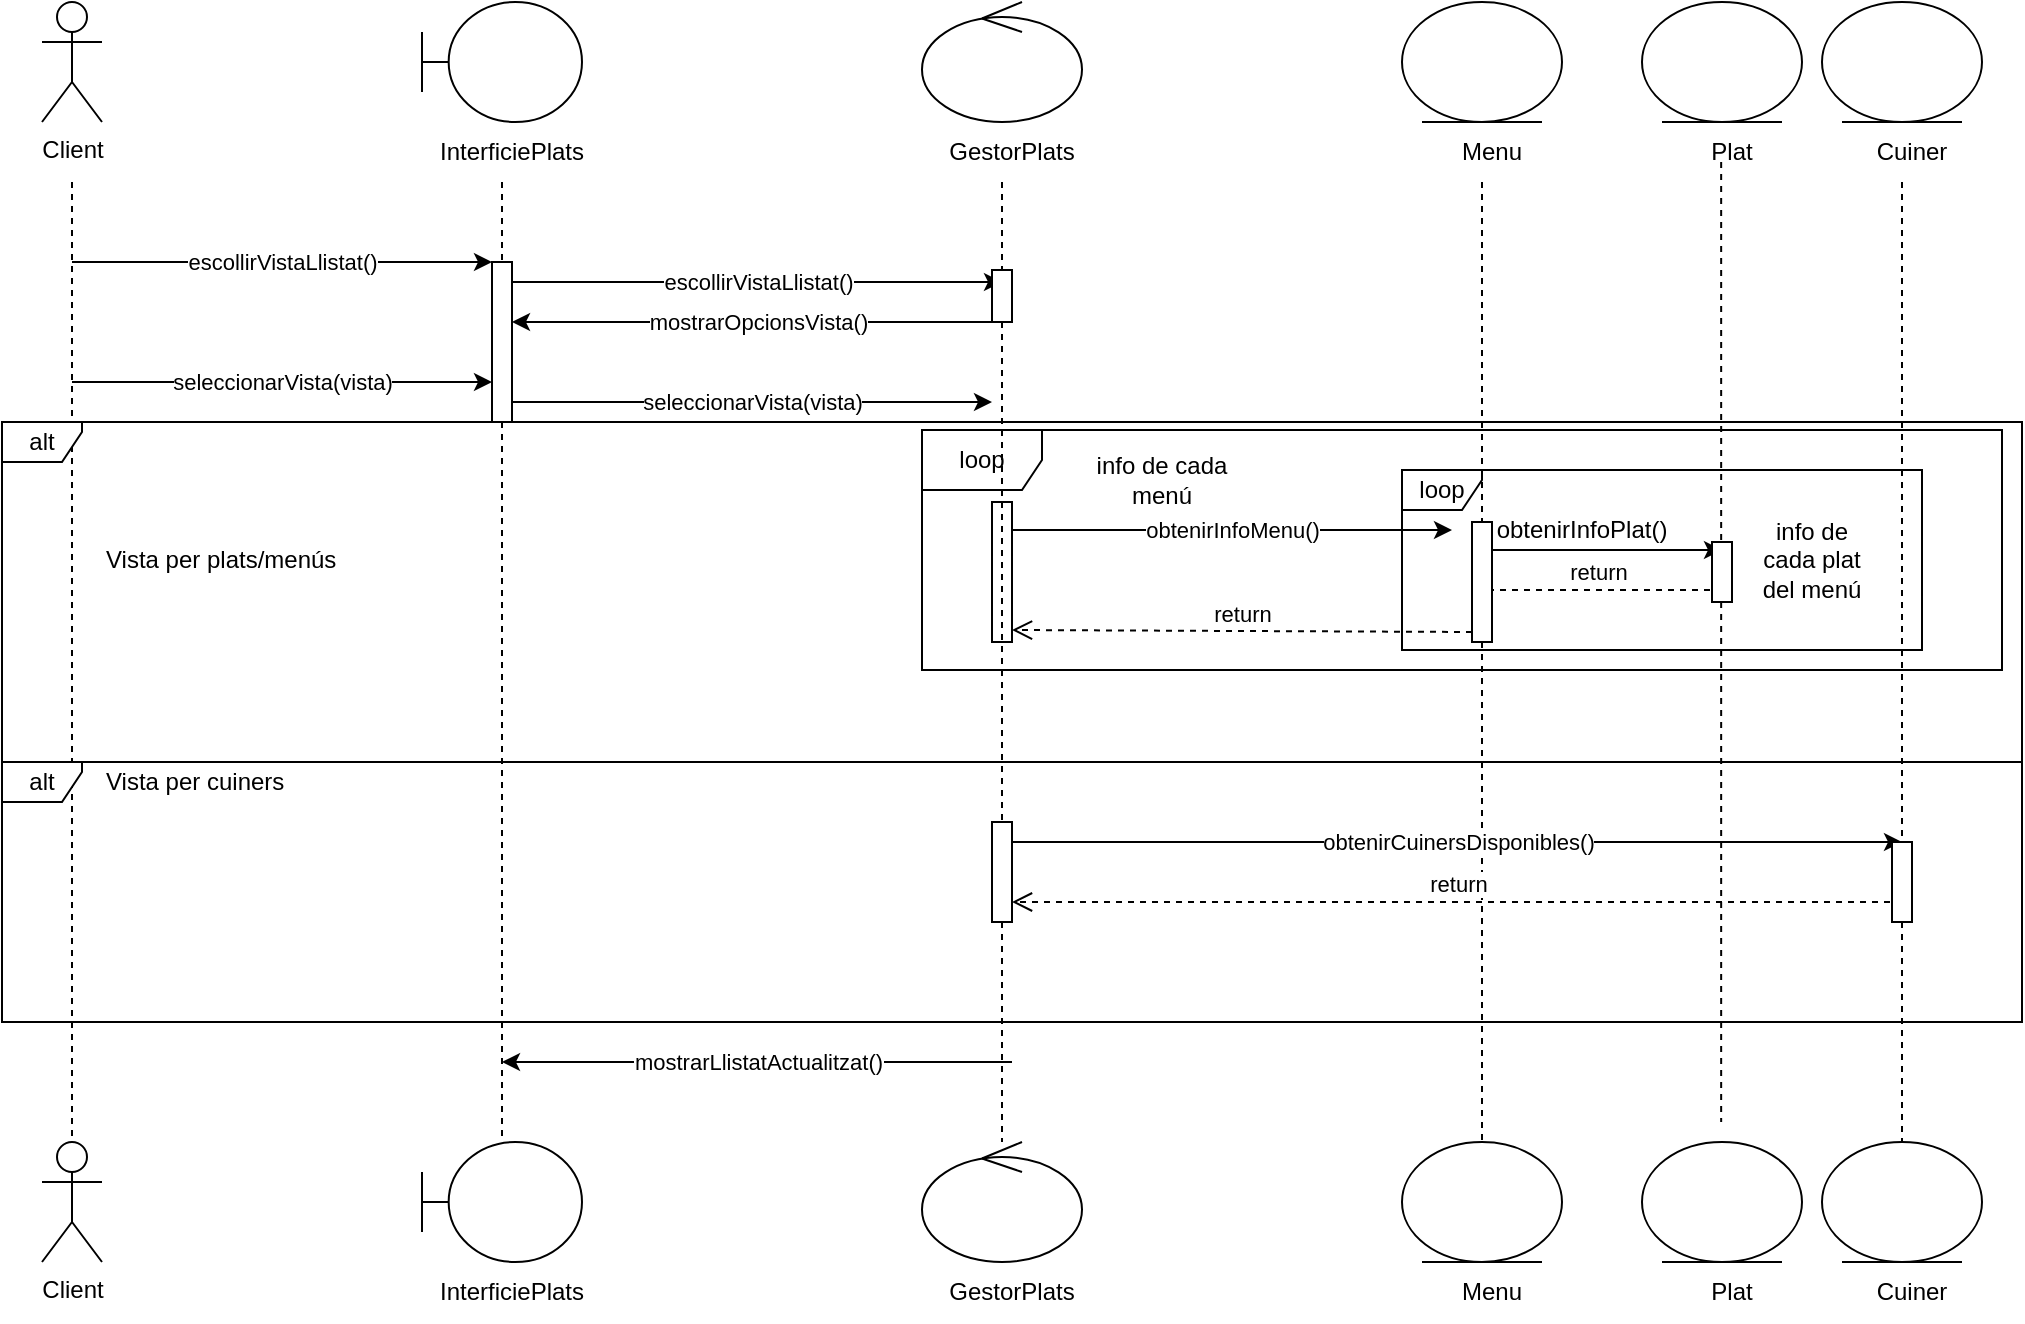
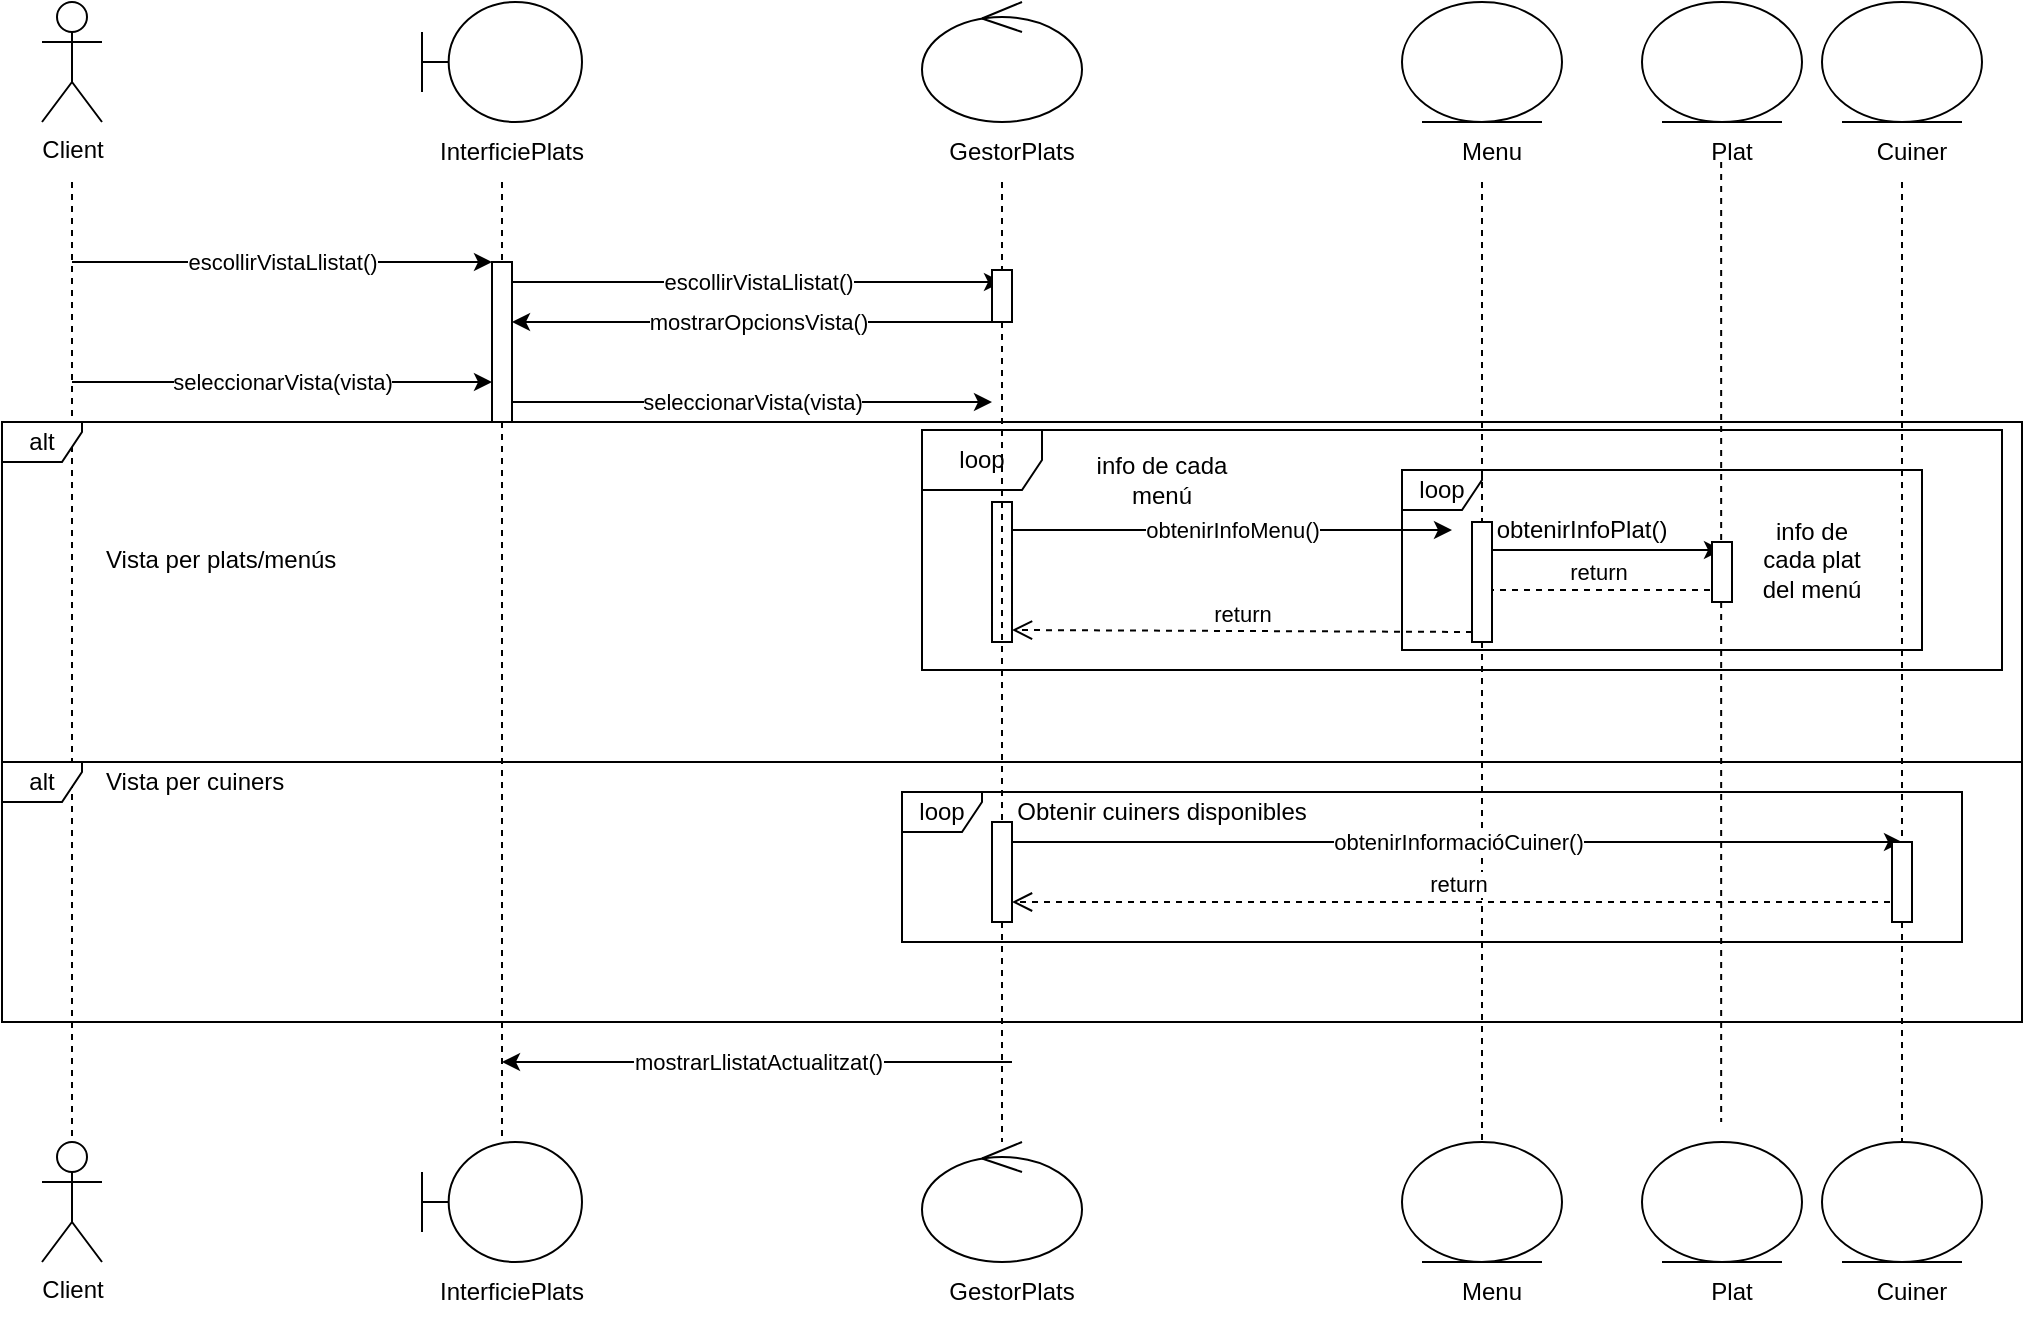
<mxfile host="Electron">
  <diagram name="Página-1" id="escollir_vista_llistat">
-     <mxGraphModel dx="1533" dy="1001" grid="1" gridSize="10" guides="1" tooltips="1" connect="1" arrows="1" fold="1" page="1" pageScale="1" pageWidth="1169" pageHeight="827" math="0" shadow="0">
+     <mxGraphModel dx="965" dy="572" grid="1" gridSize="10" guides="1" tooltips="1" connect="1" arrows="1" fold="1" page="1" pageScale="1" pageWidth="1169" pageHeight="827" math="0" shadow="0">
      <root>
        <mxCell id="0" />
        <mxCell id="1" parent="0" />
        <mxCell id="client" parent="1" style="shape=umlActor;verticalLabelPosition=bottom;verticalAlign=top;html=1;outlineConnect=0;" value="Client" vertex="1">
          <mxGeometry height="60" width="30" x="80" y="80" as="geometry" />
        </mxCell>
        <mxCell id="interficie" parent="1" style="shape=umlBoundary;whiteSpace=wrap;html=1;" value="" vertex="1">
          <mxGeometry height="60" width="80" x="270" y="80" as="geometry" />
        </mxCell>
        <mxCell id="txt_interficie" parent="1" style="text;html=1;whiteSpace=wrap;strokeColor=none;fillColor=none;align=center;verticalAlign=middle;" value="InterficiePlats" vertex="1">
          <mxGeometry height="30" width="90" x="270" y="140" as="geometry" />
        </mxCell>
        <mxCell id="gestor" parent="1" style="ellipse;shape=umlControl;whiteSpace=wrap;html=1;" value="" vertex="1">
          <mxGeometry height="60" width="80" x="520" y="80" as="geometry" />
        </mxCell>
        <mxCell id="txt_gestor" parent="1" style="text;html=1;whiteSpace=wrap;strokeColor=none;fillColor=none;align=center;verticalAlign=middle;" value="GestorPlats" vertex="1">
          <mxGeometry height="30" width="90" x="520" y="140" as="geometry" />
        </mxCell>
        <mxCell id="plat" parent="1" style="ellipse;shape=umlEntity;whiteSpace=wrap;html=1;" value="" vertex="1">
          <mxGeometry height="60" width="80" x="760" y="80" as="geometry" />
        </mxCell>
        <mxCell id="txt_plat" parent="1" style="text;html=1;whiteSpace=wrap;strokeColor=none;fillColor=none;align=center;verticalAlign=middle;" value="Menu" vertex="1">
          <mxGeometry height="30" width="90" x="760" y="140" as="geometry" />
        </mxCell>
        <mxCell id="cuiner" parent="1" style="ellipse;shape=umlEntity;whiteSpace=wrap;html=1;" value="" vertex="1">
          <mxGeometry height="60" width="80" x="970" y="80" as="geometry" />
        </mxCell>
        <mxCell id="txt_cuiner" parent="1" style="text;html=1;whiteSpace=wrap;strokeColor=none;fillColor=none;align=center;verticalAlign=middle;" value="Cuiner" vertex="1">
          <mxGeometry height="30" width="80" x="975" y="140" as="geometry" />
        </mxCell>
        <mxCell id="life_client" edge="1" parent="1" style="endArrow=none;dashed=1;html=1;rounded=0;">
          <mxGeometry relative="1" as="geometry">
            <mxPoint x="95" y="170" as="sourcePoint" />
            <mxPoint x="95" y="650" as="targetPoint" />
          </mxGeometry>
        </mxCell>
        <mxCell id="life_interficie" edge="1" parent="1" style="endArrow=none;dashed=1;html=1;rounded=0;">
          <mxGeometry relative="1" as="geometry">
            <mxPoint x="310" y="170" as="sourcePoint" />
            <mxPoint x="310" y="650" as="targetPoint" />
          </mxGeometry>
        </mxCell>
        <mxCell id="life_gestor" edge="1" parent="1" source="QobBRIDm_4kitH87wryh-16" style="endArrow=none;dashed=1;html=1;rounded=0;">
          <mxGeometry relative="1" as="geometry">
            <mxPoint x="560" y="170" as="sourcePoint" />
            <mxPoint x="560" y="650" as="targetPoint" />
          </mxGeometry>
        </mxCell>
        <mxCell id="life_plat" edge="1" parent="1" source="QobBRIDm_4kitH87wryh-31" style="endArrow=none;dashed=1;html=1;rounded=0;">
          <mxGeometry relative="1" as="geometry">
            <mxPoint x="800" y="170" as="sourcePoint" />
            <mxPoint x="800" y="650" as="targetPoint" />
          </mxGeometry>
        </mxCell>
        <mxCell id="life_cuiner" edge="1" parent="1" source="QobBRIDm_4kitH87wryh-35" style="endArrow=none;dashed=1;html=1;rounded=0;">
          <mxGeometry relative="1" as="geometry">
            <mxPoint x="1010" y="170" as="sourcePoint" />
            <mxPoint x="1010" y="650" as="targetPoint" />
          </mxGeometry>
        </mxCell>
        <mxCell id="act_interficie" parent="1" style="html=1;points=[[0,0,0,0,5],[0,1,0,0,-5],[1,0,0,0,5],[1,1,0,0,-5]];perimeter=orthogonalPerimeter;outlineConnect=0;" value="" vertex="1">
          <mxGeometry height="80" width="10" x="305" y="210" as="geometry" />
        </mxCell>
        <mxCell id="act_gestor" parent="1" style="html=1;points=[[0,0,0,0,5],[0,1,0,0,-5],[1,0,0,0,5],[1,1,0,0,-5]];perimeter=orthogonalPerimeter;outlineConnect=0;" value="" vertex="1">
          <mxGeometry height="70" width="10" x="555" y="330" as="geometry" />
        </mxCell>
        <mxCell id="m1" edge="1" parent="1" style="endArrow=classic;html=1;rounded=0;" value="escollirVistaLlistat()">
          <mxGeometry relative="1" as="geometry">
            <mxPoint x="95" y="210" as="sourcePoint" />
            <mxPoint x="305" y="210" as="targetPoint" />
          </mxGeometry>
        </mxCell>
        <mxCell id="m3" edge="1" parent="1" style="endArrow=classic;html=1;rounded=0;" value="seleccionarVista(vista)">
          <mxGeometry relative="1" as="geometry">
            <mxPoint x="95" y="270" as="sourcePoint" />
            <mxPoint x="305" y="270" as="targetPoint" />
          </mxGeometry>
        </mxCell>
        <mxCell id="m4" edge="1" parent="1" style="endArrow=classic;html=1;rounded=0;" value="seleccionarVista(vista)">
          <mxGeometry relative="1" as="geometry">
            <mxPoint x="315" y="280" as="sourcePoint" />
            <mxPoint x="555" y="280" as="targetPoint" />
          </mxGeometry>
        </mxCell>
        <mxCell id="alt_frame" parent="1" style="shape=umlFrame;whiteSpace=wrap;html=1;pointerEvents=0;width=40;height=20;fillColor=default;" value="alt" vertex="1">
          <mxGeometry height="170" width="1010" x="60" y="290" as="geometry" />
        </mxCell>
        <mxCell id="alt_txt1" parent="1" style="text;html=1;whiteSpace=wrap;strokeColor=none;fillColor=none;align=left;verticalAlign=middle;" value="Vista per plats/menús" vertex="1">
          <mxGeometry height="30" width="220" x="110" y="344" as="geometry" />
        </mxCell>
        <mxCell id="alt_txt2" parent="1" style="text;html=1;whiteSpace=wrap;strokeColor=none;fillColor=none;align=left;verticalAlign=middle;" value="Vista per cuiners" vertex="1">
          <mxGeometry height="30" width="220" x="110" y="455" as="geometry" />
        </mxCell>
-         <mxCell id="m6" edge="1" parent="1" style="endArrow=classic;html=1;rounded=0;" value="obtenirCuinersDisponibles()">
-           <mxGeometry relative="1" as="geometry">
+         <mxCell id="m6" edge="1" parent="1" style="endArrow=classic;html=1;rounded=0;" value="obtenirInformacióCuiner()">
+           <mxGeometry relative="1" x="0.0012" as="geometry">
+             <mxPoint as="offset" />
            <mxPoint x="565" y="500" as="sourcePoint" />
            <mxPoint x="1010" y="500" as="targetPoint" />
          </mxGeometry>
        </mxCell>
        <mxCell id="r2" edge="1" parent="1" style="html=1;verticalAlign=bottom;endArrow=open;dashed=1;endSize=8;curved=0;rounded=0;" value="return">
          <mxGeometry relative="1" as="geometry">
            <mxPoint x="1010" y="530" as="sourcePoint" />
            <mxPoint x="565" y="530" as="targetPoint" />
          </mxGeometry>
        </mxCell>
        <mxCell id="m7" edge="1" parent="1" style="endArrow=classic;html=1;rounded=0;" value="mostrarLlistatActualitzat()">
          <mxGeometry relative="1" as="geometry">
            <mxPoint x="565" y="610" as="sourcePoint" />
            <mxPoint x="310" y="610" as="targetPoint" />
          </mxGeometry>
        </mxCell>
        <mxCell id="QobBRIDm_4kitH87wryh-1" parent="1" style="shape=umlFrame;whiteSpace=wrap;html=1;pointerEvents=0;width=40;height=20;fillColor=default;" value="alt" vertex="1">
          <mxGeometry height="130" width="1010" x="60" y="460" as="geometry" />
        </mxCell>
        <mxCell id="QobBRIDm_4kitH87wryh-2" edge="1" parent="1" style="endArrow=classic;html=1;rounded=0;" value="escollirVistaLlistat()">
          <mxGeometry relative="1" as="geometry">
            <mxPoint x="315" y="220" as="sourcePoint" />
            <mxPoint x="560" y="220" as="targetPoint" />
          </mxGeometry>
        </mxCell>
        <mxCell id="QobBRIDm_4kitH87wryh-3" edge="1" parent="1" style="endArrow=classic;html=1;rounded=0;" value="mostrarOpcionsVista()">
          <mxGeometry relative="1" as="geometry">
            <mxPoint x="560" y="240" as="sourcePoint" />
            <mxPoint x="315" y="240" as="targetPoint" />
          </mxGeometry>
        </mxCell>
        <mxCell id="QobBRIDm_4kitH87wryh-4" edge="1" parent="1" style="endArrow=classic;html=1;rounded=0;" value="obtenirInfoMenu()">
          <mxGeometry relative="1" as="geometry">
            <mxPoint x="565" y="344" as="sourcePoint" />
            <mxPoint x="785" y="344" as="targetPoint" />
          </mxGeometry>
        </mxCell>
        <mxCell id="QobBRIDm_4kitH87wryh-5" edge="1" parent="1" source="QobBRIDm_4kitH87wryh-31" style="html=1;verticalAlign=bottom;endArrow=open;dashed=1;endSize=8;curved=0;rounded=0;exitX=0;exitY=1;exitDx=0;exitDy=-5;exitPerimeter=0;" value="return">
          <mxGeometry relative="1" as="geometry">
            <mxPoint x="785" y="394" as="sourcePoint" />
            <mxPoint x="565" y="394" as="targetPoint" />
          </mxGeometry>
        </mxCell>
        <mxCell id="QobBRIDm_4kitH87wryh-6" edge="1" parent="1" style="endArrow=classic;html=1;rounded=0;" value="">
          <mxGeometry height="50" relative="1" width="50" as="geometry">
            <mxPoint x="800" y="354" as="sourcePoint" />
            <mxPoint x="920" y="354" as="targetPoint" />
          </mxGeometry>
        </mxCell>
        <mxCell id="QobBRIDm_4kitH87wryh-7" parent="1" style="text;html=1;whiteSpace=wrap;strokeColor=none;fillColor=none;align=center;verticalAlign=middle;rounded=0;" value="obtenirInfoPlat()" vertex="1">
          <mxGeometry height="20" width="60" x="820" y="334" as="geometry" />
        </mxCell>
        <mxCell id="QobBRIDm_4kitH87wryh-8" edge="1" parent="1" style="html=1;verticalAlign=bottom;endArrow=open;dashed=1;endSize=8;curved=0;rounded=0;" value="return">
          <mxGeometry relative="1" as="geometry">
            <mxPoint x="920" y="374" as="sourcePoint" />
            <mxPoint x="795" y="374" as="targetPoint" />
          </mxGeometry>
        </mxCell>
        <mxCell id="QobBRIDm_4kitH87wryh-9" parent="1" style="shape=umlFrame;whiteSpace=wrap;html=1;pointerEvents=0;" value="loop" vertex="1">
          <mxGeometry height="120" width="540" x="520" y="294" as="geometry" />
        </mxCell>
        <mxCell id="QobBRIDm_4kitH87wryh-10" parent="1" style="shape=umlFrame;whiteSpace=wrap;html=1;pointerEvents=0;width=40;height=20;" value="loop" vertex="1">
          <mxGeometry height="90" width="260" x="760" y="314" as="geometry" />
        </mxCell>
        <mxCell id="QobBRIDm_4kitH87wryh-11" parent="1" style="text;html=1;whiteSpace=wrap;strokeColor=none;fillColor=none;align=center;verticalAlign=middle;rounded=0;" value="info de cada plat del menú" vertex="1">
          <mxGeometry height="30" width="60" x="935" y="344" as="geometry" />
        </mxCell>
        <mxCell id="QobBRIDm_4kitH87wryh-12" parent="1" style="text;html=1;whiteSpace=wrap;strokeColor=none;fillColor=none;align=center;verticalAlign=middle;rounded=0;" value="info de cada menú" vertex="1">
          <mxGeometry height="30" width="100" x="590" y="304" as="geometry" />
        </mxCell>
        <mxCell id="QobBRIDm_4kitH87wryh-13" parent="1" style="ellipse;shape=umlEntity;whiteSpace=wrap;html=1;" value="" vertex="1">
          <mxGeometry height="60" width="80" x="880" y="80" as="geometry" />
        </mxCell>
        <mxCell id="QobBRIDm_4kitH87wryh-14" parent="1" style="text;html=1;whiteSpace=wrap;strokeColor=none;fillColor=none;align=center;verticalAlign=middle;" value="Plat" vertex="1">
          <mxGeometry height="30" width="90" x="880" y="140" as="geometry" />
        </mxCell>
        <mxCell id="QobBRIDm_4kitH87wryh-15" edge="1" parent="1" source="QobBRIDm_4kitH87wryh-33" style="endArrow=none;dashed=1;html=1;rounded=0;">
          <mxGeometry relative="1" as="geometry">
            <mxPoint x="919.58" y="160" as="sourcePoint" />
            <mxPoint x="919.58" y="640" as="targetPoint" />
          </mxGeometry>
        </mxCell>
        <mxCell id="QobBRIDm_4kitH87wryh-17" edge="1" parent="1" source="QobBRIDm_4kitH87wryh-37" style="endArrow=none;dashed=1;html=1;rounded=0;" target="QobBRIDm_4kitH87wryh-16" value="">
          <mxGeometry relative="1" as="geometry">
            <mxPoint x="560" y="170" as="sourcePoint" />
            <mxPoint x="560" y="650" as="targetPoint" />
          </mxGeometry>
        </mxCell>
        <mxCell id="QobBRIDm_4kitH87wryh-16" parent="1" style="html=1;points=[[0,0,0,0,5],[0,1,0,0,-5],[1,0,0,0,5],[1,1,0,0,-5]];perimeter=orthogonalPerimeter;outlineConnect=0;" value="" vertex="1">
          <mxGeometry height="50" width="10" x="555" y="490" as="geometry" />
        </mxCell>
        <mxCell id="QobBRIDm_4kitH87wryh-20" parent="1" style="shape=umlActor;verticalLabelPosition=bottom;verticalAlign=top;html=1;outlineConnect=0;" value="Client" vertex="1">
          <mxGeometry height="60" width="30" x="80" y="650" as="geometry" />
        </mxCell>
        <mxCell id="QobBRIDm_4kitH87wryh-21" parent="1" style="shape=umlBoundary;whiteSpace=wrap;html=1;" value="" vertex="1">
          <mxGeometry height="60" width="80" x="270" y="650" as="geometry" />
        </mxCell>
        <mxCell id="QobBRIDm_4kitH87wryh-22" parent="1" style="text;html=1;whiteSpace=wrap;strokeColor=none;fillColor=none;align=center;verticalAlign=middle;" value="InterficiePlats" vertex="1">
          <mxGeometry height="30" width="90" x="270" y="710" as="geometry" />
        </mxCell>
        <mxCell id="QobBRIDm_4kitH87wryh-23" parent="1" style="ellipse;shape=umlControl;whiteSpace=wrap;html=1;" value="" vertex="1">
          <mxGeometry height="60" width="80" x="520" y="650" as="geometry" />
        </mxCell>
        <mxCell id="QobBRIDm_4kitH87wryh-24" parent="1" style="text;html=1;whiteSpace=wrap;strokeColor=none;fillColor=none;align=center;verticalAlign=middle;" value="GestorPlats" vertex="1">
          <mxGeometry height="30" width="90" x="520" y="710" as="geometry" />
        </mxCell>
        <mxCell id="QobBRIDm_4kitH87wryh-25" parent="1" style="ellipse;shape=umlEntity;whiteSpace=wrap;html=1;" value="" vertex="1">
          <mxGeometry height="60" width="80" x="760" y="650" as="geometry" />
        </mxCell>
        <mxCell id="QobBRIDm_4kitH87wryh-26" parent="1" style="text;html=1;whiteSpace=wrap;strokeColor=none;fillColor=none;align=center;verticalAlign=middle;" value="Menu" vertex="1">
          <mxGeometry height="30" width="90" x="760" y="710" as="geometry" />
        </mxCell>
        <mxCell id="QobBRIDm_4kitH87wryh-27" parent="1" style="ellipse;shape=umlEntity;whiteSpace=wrap;html=1;" value="" vertex="1">
          <mxGeometry height="60" width="80" x="970" y="650" as="geometry" />
        </mxCell>
        <mxCell id="QobBRIDm_4kitH87wryh-28" parent="1" style="text;html=1;whiteSpace=wrap;strokeColor=none;fillColor=none;align=center;verticalAlign=middle;" value="Cuiner" vertex="1">
          <mxGeometry height="30" width="80" x="975" y="710" as="geometry" />
        </mxCell>
        <mxCell id="QobBRIDm_4kitH87wryh-29" parent="1" style="ellipse;shape=umlEntity;whiteSpace=wrap;html=1;" value="" vertex="1">
          <mxGeometry height="60" width="80" x="880" y="650" as="geometry" />
        </mxCell>
        <mxCell id="QobBRIDm_4kitH87wryh-30" parent="1" style="text;html=1;whiteSpace=wrap;strokeColor=none;fillColor=none;align=center;verticalAlign=middle;" value="Plat" vertex="1">
          <mxGeometry height="30" width="90" x="880" y="710" as="geometry" />
        </mxCell>
        <mxCell id="QobBRIDm_4kitH87wryh-32" edge="1" parent="1" style="endArrow=none;dashed=1;html=1;rounded=0;" target="QobBRIDm_4kitH87wryh-31" value="">
          <mxGeometry relative="1" as="geometry">
            <mxPoint x="800" y="170" as="sourcePoint" />
            <mxPoint x="800" y="650" as="targetPoint" />
          </mxGeometry>
        </mxCell>
        <mxCell id="QobBRIDm_4kitH87wryh-31" parent="1" style="html=1;points=[[0,0,0,0,5],[0,1,0,0,-5],[1,0,0,0,5],[1,1,0,0,-5]];perimeter=orthogonalPerimeter;outlineConnect=0;targetShapes=umlLifeline;portConstraint=eastwest;newEdgeStyle={&quot;curved&quot;:0,&quot;rounded&quot;:0};" value="" vertex="1">
          <mxGeometry height="60" width="10" x="795" y="340" as="geometry" />
        </mxCell>
        <mxCell id="QobBRIDm_4kitH87wryh-34" edge="1" parent="1" style="endArrow=none;dashed=1;html=1;rounded=0;" target="QobBRIDm_4kitH87wryh-33" value="">
          <mxGeometry relative="1" as="geometry">
            <mxPoint x="919.58" y="160" as="sourcePoint" />
            <mxPoint x="919.58" y="640" as="targetPoint" />
          </mxGeometry>
        </mxCell>
        <mxCell id="QobBRIDm_4kitH87wryh-33" parent="1" style="html=1;points=[[0,0,0,0,5],[0,1,0,0,-5],[1,0,0,0,5],[1,1,0,0,-5]];perimeter=orthogonalPerimeter;outlineConnect=0;targetShapes=umlLifeline;portConstraint=eastwest;newEdgeStyle={&quot;curved&quot;:0,&quot;rounded&quot;:0};" value="" vertex="1">
          <mxGeometry height="30" width="10" x="915" y="350" as="geometry" />
        </mxCell>
        <mxCell id="QobBRIDm_4kitH87wryh-36" edge="1" parent="1" style="endArrow=none;dashed=1;html=1;rounded=0;" target="QobBRIDm_4kitH87wryh-35" value="">
          <mxGeometry relative="1" as="geometry">
            <mxPoint x="1010" y="170" as="sourcePoint" />
            <mxPoint x="1010" y="650" as="targetPoint" />
          </mxGeometry>
        </mxCell>
        <mxCell id="QobBRIDm_4kitH87wryh-35" parent="1" style="html=1;points=[[0,0,0,0,5],[0,1,0,0,-5],[1,0,0,0,5],[1,1,0,0,-5]];perimeter=orthogonalPerimeter;outlineConnect=0;targetShapes=umlLifeline;portConstraint=eastwest;newEdgeStyle={&quot;curved&quot;:0,&quot;rounded&quot;:0};" value="" vertex="1">
          <mxGeometry height="40" width="10" x="1005" y="500" as="geometry" />
        </mxCell>
        <mxCell id="QobBRIDm_4kitH87wryh-39" edge="1" parent="1" style="endArrow=none;dashed=1;html=1;rounded=0;" target="QobBRIDm_4kitH87wryh-37" value="">
          <mxGeometry relative="1" as="geometry">
            <mxPoint x="560" y="170" as="sourcePoint" />
            <mxPoint x="560" y="490" as="targetPoint" />
          </mxGeometry>
        </mxCell>
        <mxCell id="QobBRIDm_4kitH87wryh-37" parent="1" style="html=1;points=[[0,0,0,0,5],[0,1,0,0,-5],[1,0,0,0,5],[1,1,0,0,-5]];perimeter=orthogonalPerimeter;outlineConnect=0;targetShapes=umlLifeline;portConstraint=eastwest;newEdgeStyle={&quot;curved&quot;:0,&quot;rounded&quot;:0};" value="" vertex="1">
          <mxGeometry height="26" width="10" x="555" y="214" as="geometry" />
        </mxCell>
+         <mxCell id="kknseWr1FUiET-2qikrl-1" parent="1" style="shape=umlFrame;whiteSpace=wrap;html=1;pointerEvents=0;width=40;height=20;" value="loop" vertex="1">
+           <mxGeometry height="75" width="530" x="510" y="475" as="geometry" />
+         </mxCell>
+         <mxCell id="kknseWr1FUiET-2qikrl-2" parent="1" style="text;html=1;whiteSpace=wrap;strokeColor=none;fillColor=none;align=center;verticalAlign=middle;rounded=0;" value="Obtenir cuiners disponibles" vertex="1">
+           <mxGeometry height="20" width="150" x="565" y="475" as="geometry" />
+         </mxCell>
      </root>
    </mxGraphModel>
  </diagram>
</mxfile>
